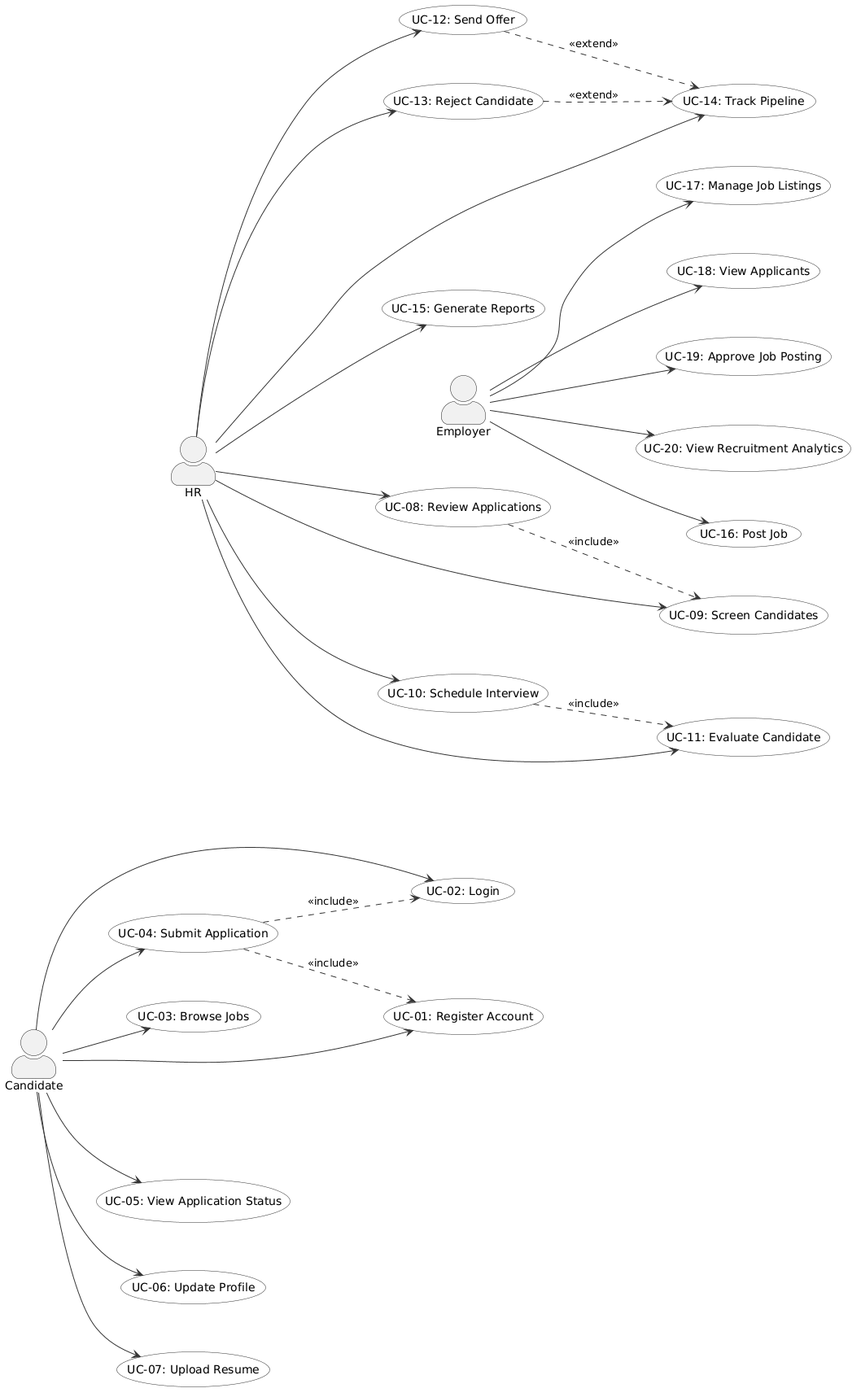
Above: modules/recr/images/usecase/recruitment-usecase.png in namnh240795/document (PlantUML), before the change.
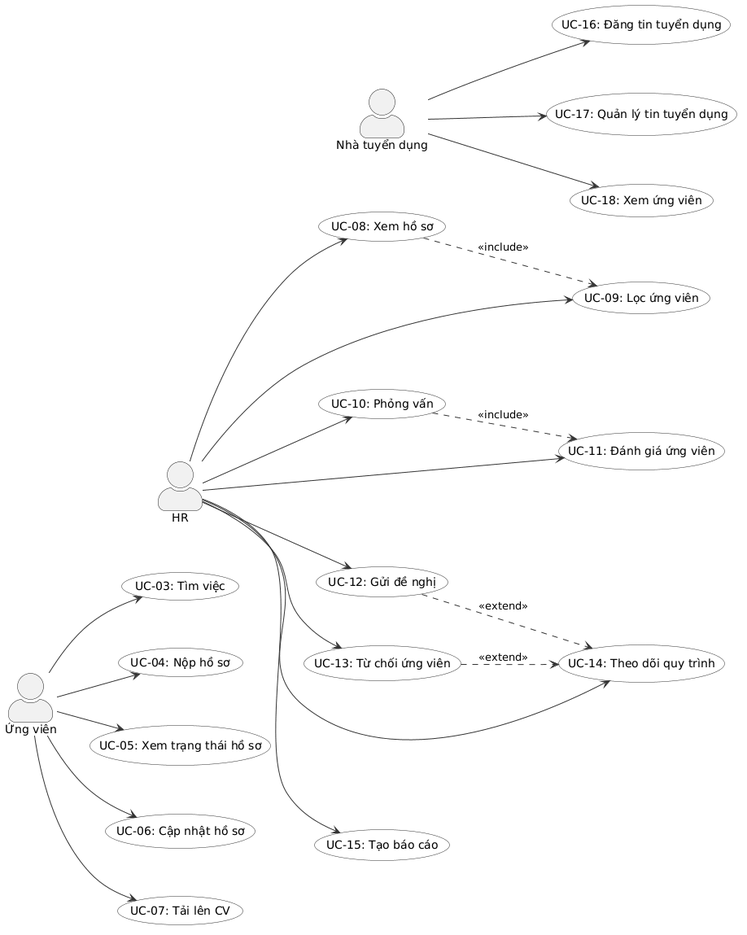
After the commit.

Diff of the diagram source:
```diff
@@ -12,38 +12,32 @@
 skinparam nodesep 60
 skinparam ranksep 40
 
-actor "Candidate" as candidate
+actor "Ứng viên" as candidate
 actor "HR" as hr
-actor "Employer" as employer
+actor "Nhà tuyển dụng" as employer
 
 candidate -[hidden]down- hr
 hr -[hidden]down- employer
 
-usecase "UC-01: Register Account" as UC01
-usecase "UC-02: Login" as UC02
-usecase "UC-03: Browse Jobs" as UC03
-usecase "UC-04: Submit Application" as UC04
-usecase "UC-05: View Application Status" as UC05
-usecase "UC-06: Update Profile" as UC06
-usecase "UC-07: Upload Resume" as UC07
+usecase "UC-03: Tìm việc" as UC03
+usecase "UC-04: Nộp hồ sơ" as UC04
+usecase "UC-05: Xem trạng thái hồ sơ" as UC05
+usecase "UC-06: Cập nhật hồ sơ" as UC06
+usecase "UC-07: Tải lên CV" as UC07
 
-usecase "UC-08: Review Applications" as UC08
-usecase "UC-09: Screen Candidates" as UC09
-usecase "UC-10: Schedule Interview" as UC10
-usecase "UC-11: Evaluate Candidate" as UC11
-usecase "UC-12: Send Offer" as UC12
-usecase "UC-13: Reject Candidate" as UC13
-usecase "UC-14: Track Pipeline" as UC14
-usecase "UC-15: Generate Reports" as UC15
+usecase "UC-08: Xem hồ sơ" as UC08
+usecase "UC-09: Lọc ứng viên" as UC09
+usecase "UC-10: Phỏng vấn" as UC10
+usecase "UC-11: Đánh giá ứng viên" as UC11
+usecase "UC-12: Gửi đề nghị" as UC12
+usecase "UC-13: Từ chối ứng viên" as UC13
+usecase "UC-14: Theo dõi quy trình" as UC14
+usecase "UC-15: Tạo báo cáo" as UC15
 
-usecase "UC-16: Post Job" as UC16
-usecase "UC-17: Manage Job Listings" as UC17
-usecase "UC-18: View Applicants" as UC18
-usecase "UC-19: Approve Job Posting" as UC19
-usecase "UC-20: View Recruitment Analytics" as UC20
+usecase "UC-16: Đăng tin tuyển dụng" as UC16
+usecase "UC-17: Quản lý tin tuyển dụng" as UC17
+usecase "UC-18: Xem ứng viên" as UC18
 
-candidate --> UC01
-candidate --> UC02
 candidate --> UC03
 candidate --> UC04
 candidate --> UC05
@@ -62,11 +56,7 @@
 employer --> UC16
 employer --> UC17
 employer --> UC18
-employer --> UC19
-employer --> UC20
 
-UC04 ..> UC01 : <<include>>
-UC04 ..> UC02 : <<include>>
 UC08 ..> UC09 : <<include>>
 UC10 ..> UC11 : <<include>>
 UC12 ..> UC14 : <<extend>>
```
